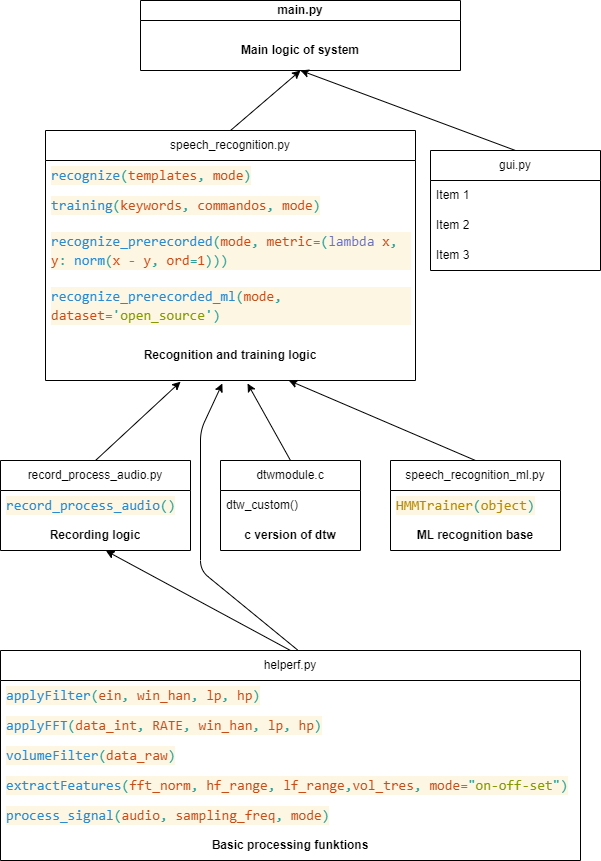
This is module_diagram.png from vladyslay/Bachelorarbeit, a draw.io export, as it was before one commit. Source tidied: cells renumbered, new cells last; positions are measured from the earlier drawing's top-left corner, leaving out a move shared by most shapes.
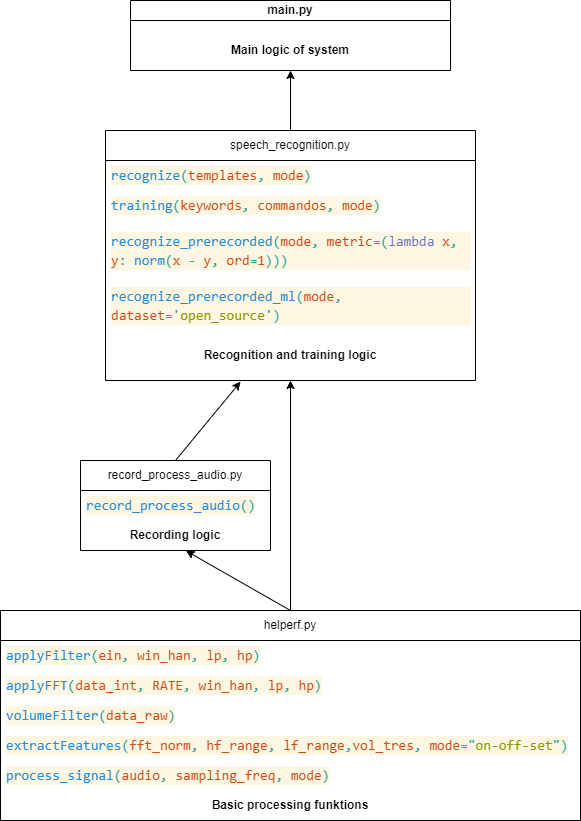
The same file after the commit.

What changed in the source:
```diff
@@ -9,7 +9,7 @@
       <mxGeometry y="20" width="320" height="60" as="geometry" />
     </mxCell>
     <mxCell id="4" value="speech_recognition.py" style="swimlane;fontStyle=0;horizontal=1;startSize=30;whiteSpace=wrap;html=1;" parent="1" vertex="1">
-      <mxGeometry x="45" y="130" width="370" height="250" as="geometry" />
+      <mxGeometry x="115" y="130" width="370" height="250" as="geometry" />
     </mxCell>
     <mxCell id="5" value="&lt;div style=&quot;color: rgb(51, 51, 51); background-color: rgb(253, 246, 227); font-family: Consolas, &amp;quot;Courier New&amp;quot;, monospace; font-size: 14px; line-height: 19px;&quot;&gt;&lt;span style=&quot;color: #268bd2;&quot;&gt;recognize&lt;/span&gt;&lt;span style=&quot;color: #2aa198;&quot;&gt;(&lt;/span&gt;&lt;span style=&quot;color: #cb4b16;&quot;&gt;templates&lt;/span&gt;&lt;span style=&quot;color: #2aa198;&quot;&gt;,&lt;/span&gt; &lt;span style=&quot;color: #cb4b16;&quot;&gt;mode&lt;/span&gt;&lt;span style=&quot;color: #2aa198;&quot;&gt;)&lt;/span&gt;&lt;/div&gt;" style="text;strokeColor=none;fillColor=none;align=left;verticalAlign=middle;spacingLeft=4;spacingRight=4;overflow=hidden;whiteSpace=wrap;html=1;" parent="4" vertex="1">
       <mxGeometry y="30" width="370" height="30" as="geometry" />
@@ -27,7 +27,7 @@
       <mxGeometry y="200" width="370" height="50" as="geometry" />
     </mxCell>
     <mxCell id="10" value="record_process_audio.py" style="swimlane;fontStyle=0;horizontal=1;startSize=30;whiteSpace=wrap;html=1;" parent="1" vertex="1">
-      <mxGeometry y="460" width="190" height="90" as="geometry" />
+      <mxGeometry x="90" y="460" width="190" height="90" as="geometry" />
     </mxCell>
     <mxCell id="11" value="&lt;div style=&quot;color: rgb(51, 51, 51); background-color: rgb(253, 246, 227); font-family: Consolas, &amp;quot;Courier New&amp;quot;, monospace; font-size: 14px; line-height: 19px;&quot;&gt;&lt;span style=&quot;color: #268bd2;&quot;&gt;record_process_audio&lt;/span&gt;&lt;span style=&quot;color: #2aa198;&quot;&gt;()&lt;/span&gt;&lt;/div&gt;" style="text;strokeColor=none;fillColor=none;align=left;verticalAlign=middle;spacingLeft=4;spacingRight=4;overflow=hidden;whiteSpace=wrap;html=1;" parent="10" vertex="1">
       <mxGeometry y="30" width="190" height="30" as="geometry" />
@@ -35,17 +35,8 @@
     <mxCell id="12" value="Recording logic" style="text;strokeColor=none;fillColor=none;align=center;verticalAlign=middle;spacingLeft=4;spacingRight=4;overflow=hidden;points=[[0,0.5],[1,0.5]];portConstraint=eastwest;whiteSpace=wrap;html=1;fontStyle=1;" parent="10" vertex="1">
       <mxGeometry y="60" width="190" height="30" as="geometry" />
     </mxCell>
-    <mxCell id="13" value="speech_recognition_ml.py" style="swimlane;fontStyle=0;horizontal=1;startSize=30;whiteSpace=wrap;html=1;" parent="1" vertex="1">
-      <mxGeometry x="390" y="460" width="170" height="90" as="geometry" />
-    </mxCell>
-    <mxCell id="14" value="&lt;div style=&quot;color: rgb(51, 51, 51); background-color: rgb(253, 246, 227); font-family: Consolas, &amp;quot;Courier New&amp;quot;, monospace; font-size: 14px; line-height: 19px;&quot;&gt;&lt;span style=&quot;color: #b58900;&quot;&gt;HMMTrainer&lt;/span&gt;&lt;span style=&quot;color: #2aa198;&quot;&gt;(&lt;/span&gt;&lt;span style=&quot;color: #b58900;&quot;&gt;object&lt;/span&gt;&lt;span style=&quot;color: #2aa198;&quot;&gt;)&lt;/span&gt;&lt;/div&gt;" style="text;strokeColor=none;fillColor=none;align=left;verticalAlign=middle;spacingLeft=4;spacingRight=4;overflow=hidden;whiteSpace=wrap;html=1;" parent="13" vertex="1">
-      <mxGeometry y="30" width="170" height="30" as="geometry" />
-    </mxCell>
-    <mxCell id="15" value="ML recognition base" style="text;strokeColor=none;fillColor=none;align=center;verticalAlign=middle;spacingLeft=4;spacingRight=4;overflow=hidden;whiteSpace=wrap;html=1;fontStyle=1;" parent="13" vertex="1">
-      <mxGeometry y="60" width="170" height="30" as="geometry" />
-    </mxCell>
     <mxCell id="16" value="helperf.py" style="swimlane;fontStyle=0;horizontal=1;startSize=30;whiteSpace=wrap;html=1;" parent="1" vertex="1">
-      <mxGeometry y="650" width="580" height="210" as="geometry" />
+      <mxGeometry x="10" y="610" width="580" height="210" as="geometry" />
     </mxCell>
     <mxCell id="17" value="&lt;div style=&quot;color: rgb(51, 51, 51); background-color: rgb(253, 246, 227); font-family: Consolas, &amp;quot;Courier New&amp;quot;, monospace; font-size: 14px; line-height: 19px;&quot;&gt;&lt;span style=&quot;color: #268bd2;&quot;&gt;applyFilter&lt;/span&gt;&lt;span style=&quot;color: #2aa198;&quot;&gt;(&lt;/span&gt;&lt;span style=&quot;color: #cb4b16;&quot;&gt;ein&lt;/span&gt;&lt;span style=&quot;color: #2aa198;&quot;&gt;,&lt;/span&gt; &lt;span style=&quot;color: #cb4b16;&quot;&gt;win_han&lt;/span&gt;&lt;span style=&quot;color: #2aa198;&quot;&gt;,&lt;/span&gt; &lt;span style=&quot;color: #cb4b16;&quot;&gt;lp&lt;/span&gt;&lt;span style=&quot;color: #2aa198;&quot;&gt;,&lt;/span&gt; &lt;span style=&quot;color: #cb4b16;&quot;&gt;hp&lt;/span&gt;&lt;span style=&quot;color: #2aa198;&quot;&gt;)&lt;/span&gt;&lt;/div&gt;" style="text;strokeColor=none;fillColor=none;align=left;verticalAlign=middle;spacingLeft=4;spacingRight=4;overflow=hidden;whiteSpace=wrap;html=1;" parent="16" vertex="1">
       <mxGeometry y="30" width="580" height="30" as="geometry" />
@@ -65,52 +56,17 @@
     <mxCell id="22" value="Basic processing funktions" style="text;strokeColor=none;fillColor=none;align=center;verticalAlign=middle;spacingLeft=4;spacingRight=4;overflow=hidden;whiteSpace=wrap;html=1;fontStyle=1;" parent="16" vertex="1">
       <mxGeometry y="180" width="580" height="30" as="geometry" />
     </mxCell>
-    <mxCell id="23" value="dtwmodule.c" style="swimlane;fontStyle=0;horizontal=1;startSize=30;whiteSpace=wrap;html=1;" parent="1" vertex="1">
-      <mxGeometry x="220" y="460" width="140" height="90" as="geometry" />
-    </mxCell>
-    <mxCell id="24" value="dtw_custom()" style="text;strokeColor=none;fillColor=none;align=left;verticalAlign=middle;spacingLeft=4;spacingRight=4;overflow=hidden;whiteSpace=wrap;html=1;" parent="23" vertex="1">
-      <mxGeometry y="30" width="140" height="30" as="geometry" />
-    </mxCell>
-    <mxCell id="25" value="c version of dtw" style="text;strokeColor=none;fillColor=none;align=center;verticalAlign=middle;spacingLeft=4;spacingRight=4;overflow=hidden;whiteSpace=wrap;html=1;fontStyle=1;" parent="23" vertex="1">
-      <mxGeometry y="60" width="140" height="30" as="geometry" />
-    </mxCell>
-    <mxCell id="26" value="gui.py" style="swimlane;fontStyle=0;horizontal=1;startSize=30;whiteSpace=wrap;html=1;" parent="1" vertex="1">
-      <mxGeometry x="430" y="150" width="170" height="120" as="geometry" />
-    </mxCell>
-    <mxCell id="27" value="Item 1" style="text;strokeColor=none;fillColor=none;align=left;verticalAlign=middle;spacingLeft=4;spacingRight=4;overflow=hidden;whiteSpace=wrap;html=1;" parent="26" vertex="1">
-      <mxGeometry y="30" width="170" height="30" as="geometry" />
-    </mxCell>
-    <mxCell id="28" value="Item 2" style="text;strokeColor=none;fillColor=none;align=left;verticalAlign=middle;spacingLeft=4;spacingRight=4;overflow=hidden;whiteSpace=wrap;html=1;" parent="26" vertex="1">
-      <mxGeometry y="60" width="170" height="30" as="geometry" />
-    </mxCell>
-    <mxCell id="29" value="Item 3" style="text;strokeColor=none;fillColor=none;align=left;verticalAlign=middle;spacingLeft=4;spacingRight=4;overflow=hidden;whiteSpace=wrap;html=1;" parent="26" vertex="1">
-      <mxGeometry y="90" width="170" height="30" as="geometry" />
-    </mxCell>
     <mxCell id="30" style="endArrow=classic;html=1;entryX=0.5;entryY=1;entryDx=0;entryDy=0;exitX=0.5;exitY=0;exitDx=0;exitDy=0;" parent="1" edge="1" source="4" target="2">
       <mxGeometry relative="1" as="geometry" />
     </mxCell>
-    <mxCell id="31" style="endArrow=classic;html=1;exitX=0.5;exitY=0;exitDx=0;exitDy=0;entryX=0.5;entryY=1;entryDx=0;entryDy=0;" parent="1" edge="1" source="26" target="2">
-      <mxGeometry relative="1" as="geometry" />
-    </mxCell>
     <mxCell id="32" style="endArrow=classic;html=1;exitX=0.5;exitY=0;exitDx=0;exitDy=0;entryX=0.365;entryY=1.024;entryDx=0;entryDy=0;entryPerimeter=0;" parent="1" edge="1" source="10" target="9">
       <mxGeometry relative="1" as="geometry" />
     </mxCell>
-    <mxCell id="33" style="endArrow=classic;html=1;exitX=0.5;exitY=0;exitDx=0;exitDy=0;entryX=0.546;entryY=1.06;entryDx=0;entryDy=0;entryPerimeter=0;" parent="1" edge="1" source="23" target="9">
-      <mxGeometry relative="1" as="geometry" />
-    </mxCell>
-    <mxCell id="34" style="endArrow=classic;html=1;exitX=0.5;exitY=0;exitDx=0;exitDy=0;" parent="1" edge="1" source="13" target="9">
-      <mxGeometry relative="1" as="geometry" />
-    </mxCell>
     <mxCell id="35" style="endArrow=classic;html=1;exitX=0.5;exitY=0;exitDx=0;exitDy=0;entryX=0.555;entryY=1.01;entryDx=0;entryDy=0;entryPerimeter=0;" parent="1" edge="1" source="16" target="12">
       <mxGeometry relative="1" as="geometry" />
     </mxCell>
-    <mxCell id="36" style="endArrow=classic;html=1;exitX=0.512;exitY=-0.003;exitDx=0;exitDy=0;exitPerimeter=0;entryX=0.478;entryY=1.06;entryDx=0;entryDy=0;entryPerimeter=0;" parent="1" edge="1" source="16" target="9">
-      <mxGeometry relative="1" as="geometry">
-        <Array as="points">
-          <mxPoint x="200" y="570" />
-          <mxPoint x="200" y="430" />
-        </Array>
-      </mxGeometry>
+    <mxCell id="36" style="endArrow=classic;html=1;exitX=0.5;exitY=0;exitDx=0;exitDy=0;entryX=0.5;entryY=1;entryDx=0;entryDy=0;entryPerimeter=0;" parent="1" edge="1" source="16" target="9">
+      <mxGeometry relative="1" as="geometry" />
     </mxCell>
   </root>
 </mxGraphModel>
```
